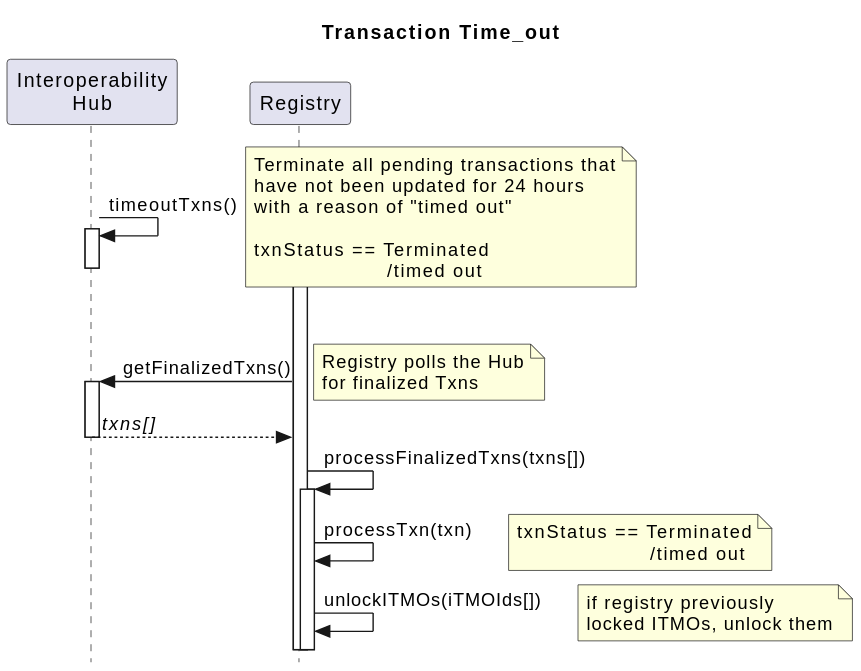
Above: diagrams/TxnTime_out_Sequence.svg in frankcnng/CARP (PlantUML), before the change.
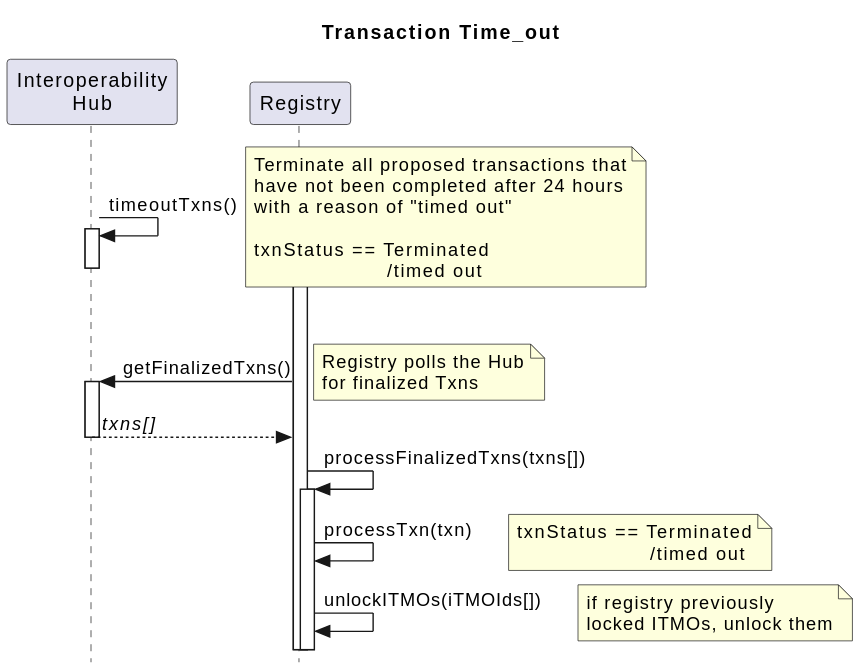
The same diagram one commit later.

Diff of the diagram source:
```diff
@@ -7,7 +7,7 @@
 participant "Registry" as Reg
 
 Hub -> Hub++: timeoutTxns()
-note right: Terminate all pending transactions that\nhave not been updated for 24 hours\nwith a reason of "timed out"\n\ntxnStatus == Terminated\n                       /timed out
+note right: Terminate all proposed transactions that\nhave not been completed after 24 hours\nwith a reason of "timed out"\n\ntxnStatus == Terminated\n                       /timed out
 deactivate Hub
 
 activate Reg
```
